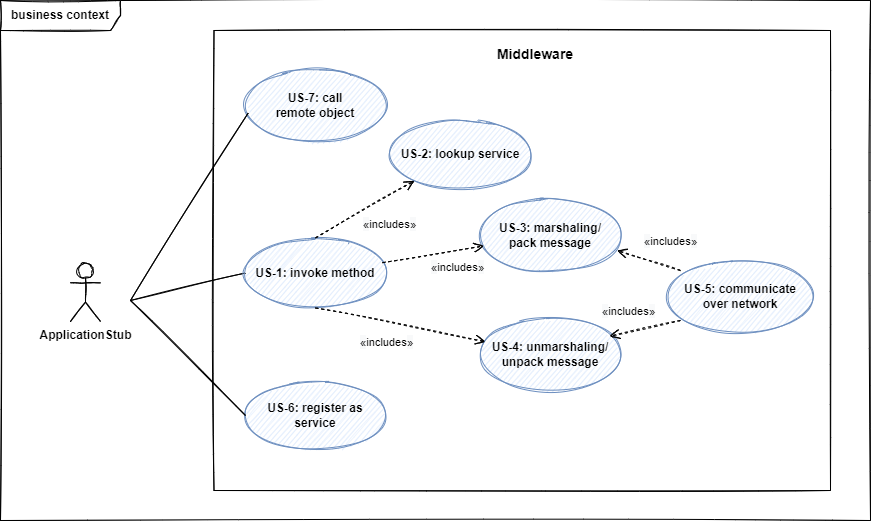
Earlier version of the draw.io export Dokumentation/Middleware/diagrams/scope_business.png (sckoenig/Distributed-Tron). Source tidied: cells renumbered, new cells last; positions are measured from the earlier drawing's top-left corner, leaving out a move shared by most shapes.
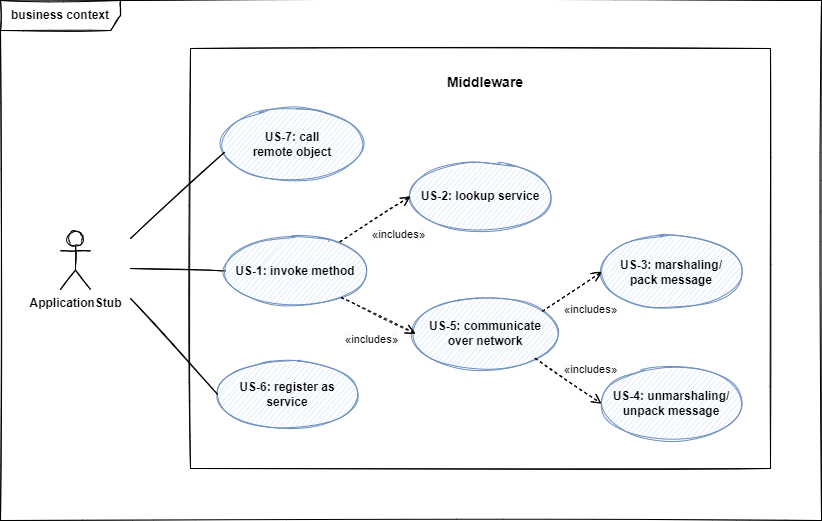
After the commit.

Commit message:
network includes marshaling

The edit, as a diff of the source:
```diff
@@ -3,13 +3,13 @@
     <mxCell id="0" />
     <mxCell id="1" parent="0" />
     <mxCell id="2" value="&lt;b&gt;business context&lt;/b&gt;" style="shape=umlFrame;whiteSpace=wrap;html=1;width=120;height=30;sketch=1;" parent="1" vertex="1">
-      <mxGeometry width="870" height="520" as="geometry" />
+      <mxGeometry x="20" y="2" width="821" height="520" as="geometry" />
     </mxCell>
     <mxCell id="3" style="rounded=0;whiteSpace=wrap;html=1;fillColor=none;sketch=1;" parent="1" vertex="1">
-      <mxGeometry x="213.5" y="30" width="616.5" height="460" as="geometry" />
+      <mxGeometry x="210" y="50" width="580" height="420" as="geometry" />
     </mxCell>
     <mxCell id="4" value="&lt;b&gt;ApplicationStub&lt;/b&gt;" style="shape=umlActor;verticalLabelPosition=bottom;verticalAlign=top;html=1;sketch=1;" parent="1" vertex="1">
-      <mxGeometry x="70" y="263" width="30" height="58" as="geometry" />
+      <mxGeometry x="80" y="233" width="30" height="58" as="geometry" />
     </mxCell>
     <mxCell id="5" style="edgeStyle=orthogonalEdgeStyle;rounded=0;orthogonalLoop=1;jettySize=auto;html=1;exitX=0.5;exitY=1;exitDx=0;exitDy=0;sketch=1;" parent="1" edge="1">
       <mxGeometry relative="1" as="geometry">
@@ -19,11 +19,11 @@
     </mxCell>
     <mxCell id="6" style="endArrow=none;endFill=0;endSize=12;html=1;rounded=0;entryX=0;entryY=0.5;entryDx=0;entryDy=0;sketch=1;" parent="1" edge="1" target="9">
       <mxGeometry relative="1" as="geometry">
-        <mxPoint x="130" y="300" as="sourcePoint" />
+        <mxPoint x="150" y="270" as="sourcePoint" />
       </mxGeometry>
     </mxCell>
     <mxCell id="7" value="Middleware" style="text;align=center;fontStyle=1;verticalAlign=middle;spacingLeft=3;spacingRight=3;strokeColor=none;fillColor=none;sketch=1;fontSize=14;" parent="1" vertex="1">
-      <mxGeometry x="495" y="40" width="80" height="26" as="geometry" />
+      <mxGeometry x="465" y="70" width="80" height="26" as="geometry" />
     </mxCell>
     <mxCell id="8" style="edgeStyle=orthogonalEdgeStyle;rounded=0;orthogonalLoop=1;jettySize=auto;html=1;exitX=0.5;exitY=1;exitDx=0;exitDy=0;" parent="1" edge="1">
       <mxGeometry relative="1" as="geometry">
@@ -35,53 +35,46 @@
       <mxGeometry x="245" y="237.5" width="140" height="70" as="geometry" />
     </mxCell>
     <mxCell id="10" value="&lt;b&gt;US-6: register as service&lt;br&gt;&lt;/b&gt;" style="ellipse;whiteSpace=wrap;html=1;sketch=1;fillColor=#dae8fc;strokeColor=#6c8ebf;" parent="1" vertex="1">
-      <mxGeometry x="245" y="380" width="140" height="70" as="geometry" />
+      <mxGeometry x="237.2" y="361" width="140" height="70" as="geometry" />
     </mxCell>
     <mxCell id="11" value="&lt;b&gt;US-2: lookup service&lt;br&gt;&lt;/b&gt;" style="ellipse;whiteSpace=wrap;html=1;sketch=1;fillColor=#dae8fc;strokeColor=#6c8ebf;" parent="1" vertex="1">
-      <mxGeometry x="390" y="119" width="140" height="70" as="geometry" />
+      <mxGeometry x="430" y="163" width="140" height="70" as="geometry" />
     </mxCell>
     <mxCell id="12" style="endArrow=none;endFill=0;endSize=12;html=1;rounded=0;entryX=0;entryY=0.5;entryDx=0;entryDy=0;sketch=1;" parent="1" edge="1" target="10">
       <mxGeometry relative="1" as="geometry">
-        <mxPoint x="130" y="300" as="sourcePoint" />
+        <mxPoint x="150" y="300" as="sourcePoint" />
       </mxGeometry>
     </mxCell>
-    <mxCell id="13" value="&lt;span style=&quot;font-size: 12px; background-color: rgb(248, 249, 250);&quot;&gt;«&lt;/span&gt;includes&lt;span style=&quot;font-size: 12px; background-color: rgb(248, 249, 250);&quot;&gt;»&lt;/span&gt;" style="html=1;verticalAlign=bottom;endArrow=open;dashed=1;endSize=8;rounded=0;exitX=0.5;exitY=0;exitDx=0;exitDy=0;sketch=1;" parent="1" edge="1" source="9" target="11">
+    <mxCell id="13" value="&lt;span style=&quot;font-size: 12px; background-color: rgb(248, 249, 250);&quot;&gt;«&lt;/span&gt;includes&lt;span style=&quot;font-size: 12px; background-color: rgb(248, 249, 250);&quot;&gt;»&lt;/span&gt;" style="html=1;verticalAlign=bottom;endArrow=open;dashed=1;endSize=8;rounded=0;exitX=0.816;exitY=0.086;exitDx=0;exitDy=0;sketch=1;exitPerimeter=0;entryX=0;entryY=0.5;entryDx=0;entryDy=0;" parent="1" edge="1" source="9" target="11">
       <mxGeometry x="0.17" y="-33" relative="1" as="geometry">
         <mxPoint x="-1" as="offset" />
       </mxGeometry>
     </mxCell>
     <mxCell id="14" value="&lt;b&gt;US-3: marshaling/&lt;br&gt;pack message&lt;br&gt;&lt;/b&gt;" style="ellipse;whiteSpace=wrap;html=1;sketch=1;fillColor=#dae8fc;strokeColor=#6c8ebf;" parent="1" vertex="1">
-      <mxGeometry x="480" y="200" width="140" height="70" as="geometry" />
+      <mxGeometry x="621" y="238.5" width="140" height="70" as="geometry" />
     </mxCell>
     <mxCell id="15" value="&lt;b&gt;US-4: unmarshaling/&lt;br&gt;unpack message&lt;br&gt;&lt;/b&gt;" style="ellipse;whiteSpace=wrap;html=1;sketch=1;fillColor=#dae8fc;strokeColor=#6c8ebf;" parent="1" vertex="1">
-      <mxGeometry x="480" y="319" width="140" height="70" as="geometry" />
+      <mxGeometry x="621" y="370" width="140" height="70" as="geometry" />
     </mxCell>
-    <mxCell id="16" value="&lt;span style=&quot;font-size: 12px; background-color: rgb(248, 249, 250);&quot;&gt;«&lt;/span&gt;includes&lt;span style=&quot;font-size: 12px; background-color: rgb(248, 249, 250);&quot;&gt;»&lt;/span&gt;" style="html=1;verticalAlign=bottom;endArrow=open;dashed=1;endSize=8;rounded=0;sketch=1;" parent="1" edge="1" source="9" target="14">
-      <mxGeometry x="0.4" y="-26" relative="1" as="geometry" />
+    <mxCell id="16" value="&lt;b&gt;US-5: communicate&lt;br&gt;over network&lt;br&gt;&lt;/b&gt;" style="ellipse;whiteSpace=wrap;html=1;sketch=1;fillColor=#dae8fc;strokeColor=#6c8ebf;" parent="1" vertex="1">
+      <mxGeometry x="435" y="300" width="140" height="70" as="geometry" />
     </mxCell>
-    <mxCell id="17" value="&lt;span style=&quot;font-size: 12px; background-color: rgb(248, 249, 250);&quot;&gt;«&lt;/span&gt;includes&lt;span style=&quot;font-size: 12px; background-color: rgb(248, 249, 250);&quot;&gt;»&lt;/span&gt;" style="html=1;verticalAlign=bottom;endArrow=open;dashed=1;endSize=8;rounded=0;sketch=1;exitX=0.5;exitY=1;exitDx=0;exitDy=0;" parent="1" edge="1" source="9" target="15">
-      <mxGeometry x="-0.1" y="-29" relative="1" as="geometry" />
+    <mxCell id="17" value="&lt;b&gt;US-7: call&lt;br&gt;remote object&lt;br&gt;&lt;/b&gt;" style="ellipse;whiteSpace=wrap;html=1;sketch=1;fillColor=#dae8fc;strokeColor=#6c8ebf;" parent="1" vertex="1">
+      <mxGeometry x="241.5" y="111" width="140" height="70" as="geometry" />
     </mxCell>
-    <mxCell id="18" value="&lt;b&gt;US-5: communicate&lt;br&gt;over network&lt;br&gt;&lt;/b&gt;" style="ellipse;whiteSpace=wrap;html=1;sketch=1;fillColor=#dae8fc;strokeColor=#6c8ebf;" parent="1" vertex="1">
-      <mxGeometry x="670" y="261" width="140" height="70" as="geometry" />
+    <mxCell id="18" style="endArrow=none;endFill=0;endSize=12;html=1;rounded=0;entryX=0.019;entryY=0.609;entryDx=0;entryDy=0;sketch=1;entryPerimeter=0;" parent="1" edge="1" target="17">
+      <mxGeometry relative="1" as="geometry">
+        <mxPoint x="150" y="240" as="sourcePoint" />
+      </mxGeometry>
     </mxCell>
-    <mxCell id="19" value="&lt;span style=&quot;font-size: 12px; background-color: rgb(248, 249, 250);&quot;&gt;«&lt;/span&gt;includes&lt;span style=&quot;font-size: 12px; background-color: rgb(248, 249, 250);&quot;&gt;»&lt;/span&gt;" style="html=1;verticalAlign=bottom;endArrow=open;dashed=1;endSize=8;rounded=0;sketch=1;entryX=0.923;entryY=0.24;entryDx=0;entryDy=0;entryPerimeter=0;" parent="1" edge="1" target="15">
-      <mxGeometry x="0.42" y="-11" relative="1" as="geometry">
-        <mxPoint x="680" y="320" as="sourcePoint" />
-      </mxGeometry>
+    <mxCell id="19" value="&lt;span style=&quot;font-size: 12px; background-color: rgb(248, 249, 250);&quot;&gt;«&lt;/span&gt;includes&lt;span style=&quot;font-size: 12px; background-color: rgb(248, 249, 250);&quot;&gt;»&lt;/span&gt;" style="html=1;verticalAlign=bottom;endArrow=open;dashed=1;endSize=8;rounded=0;exitX=0.825;exitY=0.878;exitDx=0;exitDy=0;sketch=1;entryX=0;entryY=0.5;entryDx=0;entryDy=0;exitPerimeter=0;" parent="1" edge="1" source="9" target="16">
+      <mxGeometry x="0.18" y="-33" relative="1" as="geometry" />
     </mxCell>
-    <mxCell id="20" value="&lt;b&gt;US-7: call&lt;br&gt;remote object&lt;br&gt;&lt;/b&gt;" style="ellipse;whiteSpace=wrap;html=1;sketch=1;fillColor=#dae8fc;strokeColor=#6c8ebf;" parent="1" vertex="1">
-      <mxGeometry x="245" y="70" width="140" height="70" as="geometry" />
+    <mxCell id="20" value="&lt;span style=&quot;font-size: 12px; background-color: rgb(248, 249, 250);&quot;&gt;«&lt;/span&gt;includes&lt;span style=&quot;font-size: 12px; background-color: rgb(248, 249, 250);&quot;&gt;»&lt;/span&gt;" style="html=1;verticalAlign=bottom;endArrow=open;dashed=1;endSize=8;rounded=0;exitX=0.906;exitY=0.184;exitDx=0;exitDy=0;sketch=1;exitPerimeter=0;entryX=0;entryY=0.5;entryDx=0;entryDy=0;" parent="1" edge="1" source="16" target="14">
+      <mxGeometry x="0.02" y="-33" relative="1" as="geometry" />
     </mxCell>
-    <mxCell id="21" style="endArrow=none;endFill=0;endSize=12;html=1;rounded=0;entryX=0.019;entryY=0.609;entryDx=0;entryDy=0;sketch=1;entryPerimeter=0;" parent="1" edge="1" target="20">
-      <mxGeometry relative="1" as="geometry">
-        <mxPoint x="130" y="300" as="sourcePoint" />
-      </mxGeometry>
+    <mxCell id="21" value="&lt;span style=&quot;font-size: 12px; background-color: rgb(248, 249, 250);&quot;&gt;«&lt;/span&gt;includes&lt;span style=&quot;font-size: 12px; background-color: rgb(248, 249, 250);&quot;&gt;»&lt;/span&gt;" style="html=1;verticalAlign=bottom;endArrow=open;dashed=1;endSize=8;rounded=0;exitX=1;exitY=1;exitDx=0;exitDy=0;sketch=1;entryX=0;entryY=0.5;entryDx=0;entryDy=0;" parent="1" edge="1" source="16" target="15">
+      <mxGeometry x="0.42" y="14" relative="1" as="geometry" />
     </mxCell>
-    <mxCell id="22" value="&lt;span style=&quot;font-size: 12px; background-color: rgb(248, 249, 250);&quot;&gt;«&lt;/span&gt;includes&lt;span style=&quot;font-size: 12px; background-color: rgb(248, 249, 250);&quot;&gt;»&lt;/span&gt;" style="html=1;verticalAlign=bottom;endArrow=open;dashed=1;endSize=8;rounded=0;sketch=1;entryX=0.977;entryY=0.713;entryDx=0;entryDy=0;entryPerimeter=0;" parent="1" edge="1" target="14">
-      <mxGeometry x="-0.53" y="-16" relative="1" as="geometry">
-        <mxPoint x="680" y="270" as="sourcePoint" />
-      </mxGeometry>
-    </mxCell>
   </root>
 </mxGraphModel>
```
